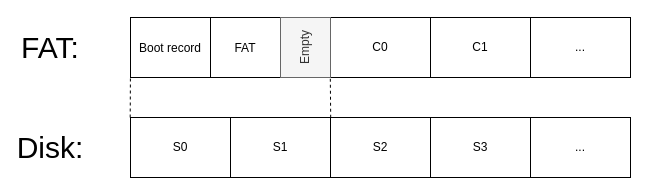
The draw.io diagram doc/img/fat-rozdeleni-disku.drawio in Cajova-Houba/kiv-os-simulator, before the edit. Source tidied: cells renumbered, new cells numbered last; positions are measured from the earlier drawing's top-left corner, leaving out a move shared by most shapes. Both pictures are drawn from the tidied source at 100%, with x=0, y=0 at pixel (30, 17).
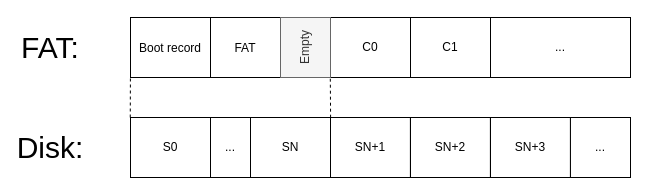
The same diagram, later.

Unchanged cells that the change refers to:
```xml
<mxCell id="14" value="Empty" style="rounded=0;whiteSpace=wrap;html=1;fontSize=12;fillColor=#f5f5f5;strokeColor=#666666;fontColor=#333333;horizontal=0;" parent="1" vertex="1">
  <mxGeometry x="250" width="50" height="60" as="geometry" />
</mxCell>
```

Change to the diagram source:
```diff
@@
     <mxCell id="3" value="S0" style="rounded=0;whiteSpace=wrap;html=1;" parent="1" vertex="1">
-      <mxGeometry x="100" y="100" width="100" height="60" as="geometry" />
+      <mxGeometry x="100" y="100" width="80" height="60" as="geometry" />
     </mxCell>
-    <mxCell id="4" value="S1" style="rounded=0;whiteSpace=wrap;html=1;" parent="1" vertex="1">
-      <mxGeometry x="200" y="100" width="100" height="60" as="geometry" />
-    </mxCell>
-    <mxCell id="5" value="S2" style="rounded=0;whiteSpace=wrap;html=1;" parent="1" vertex="1">
-      <mxGeometry x="300" y="100" width="100" height="60" as="geometry" />
+    <mxCell id="5" value="SN+1" style="rounded=0;whiteSpace=wrap;html=1;" parent="1" vertex="1">
+      <mxGeometry x="300" y="100" width="79.9" height="60" as="geometry" />
     </mxCell>
     <mxCell id="6" value="..." style="rounded=0;whiteSpace=wrap;html=1;" parent="1" vertex="1">
-      <mxGeometry x="500" y="100" width="100" height="60" as="geometry" />
+      <mxGeometry x="540" y="100" width="60" height="60" as="geometry" />
     </mxCell>
@@
     <mxCell id="10" value="C0" style="rounded=0;whiteSpace=wrap;html=1;fontSize=12;" parent="1" vertex="1">
-      <mxGeometry x="300" width="100" height="60" as="geometry" />
+      <mxGeometry x="300" width="80" height="60" as="geometry" />
     </mxCell>
-    <mxCell id="11" value="S3" style="rounded=0;whiteSpace=wrap;html=1;" parent="1" vertex="1">
-      <mxGeometry x="400" y="100" width="100" height="60" as="geometry" />
+    <mxCell id="11" value="SN+2" style="rounded=0;whiteSpace=wrap;html=1;" parent="1" vertex="1">
+      <mxGeometry x="380" y="100" width="79.9" height="60" as="geometry" />
     </mxCell>
     <mxCell id="12" value="C1" style="rounded=0;whiteSpace=wrap;html=1;fontSize=12;" parent="1" vertex="1">
-      <mxGeometry x="400" width="100" height="60" as="geometry" />
+      <mxGeometry x="380" width="80" height="60" as="geometry" />
     </mxCell>
     <mxCell id="13" value="..." style="rounded=0;whiteSpace=wrap;html=1;fontSize=12;" parent="1" vertex="1">
-      <mxGeometry x="500" width="100" height="60" as="geometry" />
+      <mxGeometry x="460" width="140" height="60" as="geometry" />
     </mxCell>
@@
-    <mxCell id="16" style="endArrow=none;dashed=1;html=1;fontSize=12;entryX=0.996;entryY=0.995;entryDx=0;entryDy=0;entryPerimeter=0;exitX=1.002;exitY=0.004;exitDx=0;exitDy=0;exitPerimeter=0;" parent="1" edge="1" source="4" target="14">
-      <mxGeometry relative="1" as="geometry" />
+    <mxCell id="16" style="endArrow=none;dashed=1;html=1;fontSize=12;entryX=0.996;entryY=0.995;entryDx=0;entryDy=0;entryPerimeter=0;exitX=1.002;exitY=0.004;exitDx=0;exitDy=0;exitPerimeter=0;" parent="1" edge="1" target="14">
+      <mxGeometry relative="1" as="geometry">
+        <mxPoint x="300.1" y="100.2" as="sourcePoint" />
+      </mxGeometry>
     </mxCell>
@@
+    <mxCell id="18" value="..." style="rounded=0;whiteSpace=wrap;html=1;" parent="1" vertex="1">
+      <mxGeometry x="180" y="100" width="40" height="60" as="geometry" />
+    </mxCell>
+    <mxCell id="19" value="SN" style="rounded=0;whiteSpace=wrap;html=1;" parent="1" vertex="1">
+      <mxGeometry x="220" y="100" width="80" height="60" as="geometry" />
+    </mxCell>
+    <mxCell id="20" value="SN+3" style="rounded=0;whiteSpace=wrap;html=1;" parent="1" vertex="1">
+      <mxGeometry x="460" y="100" width="79.9" height="60" as="geometry" />
+    </mxCell>
```
